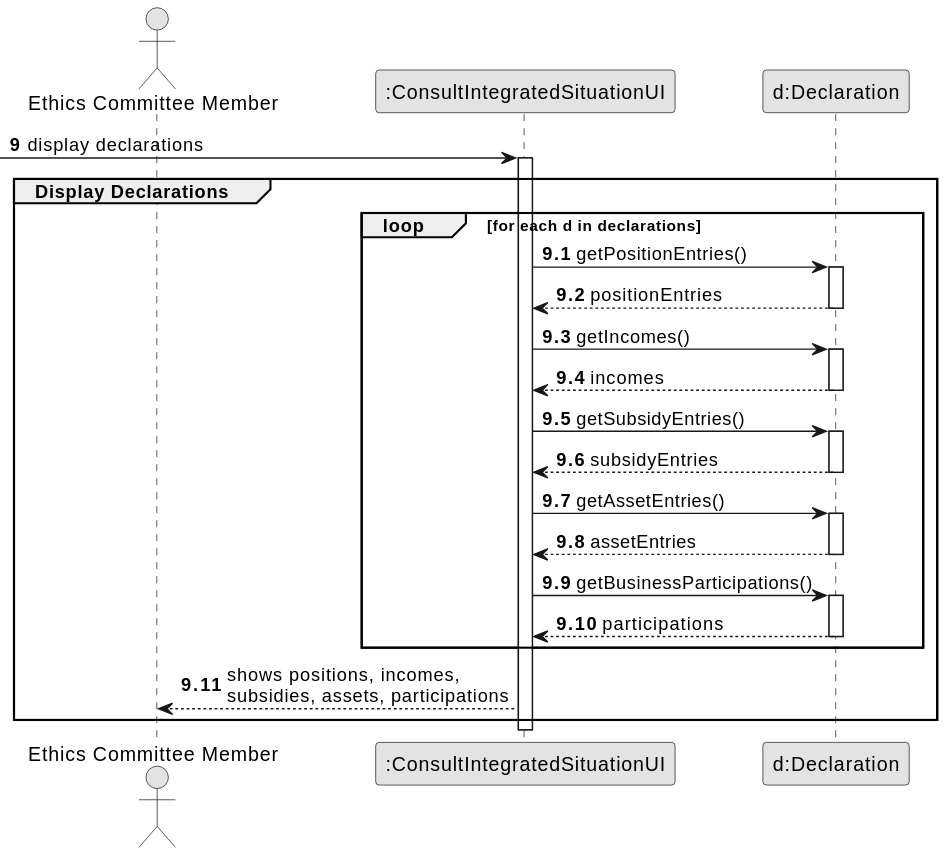
brunodspinto/crystal-clear-platform keeps this PlantUML diagram as docs/system-documentation/US09/03.design/svg/US09-SD-partial-aggregate-integrated-situation.svg. Above is the earlier version.
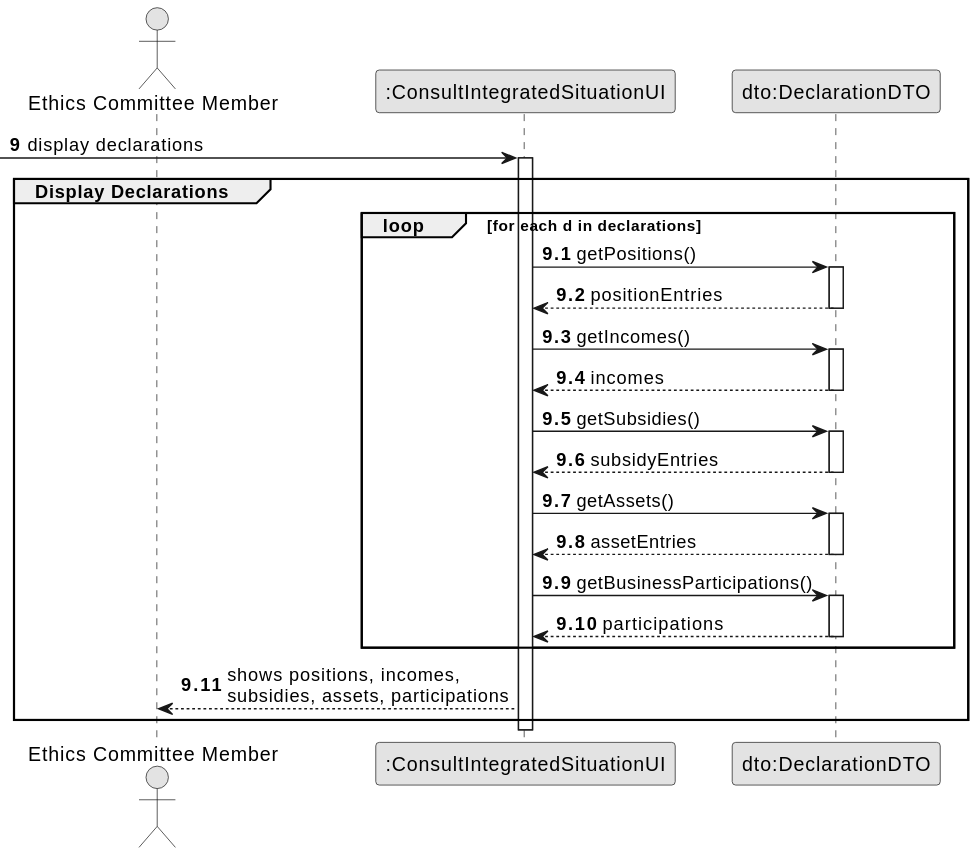
After the change.

The edit, as a diff of the source:
```diff
@@ -7,7 +7,7 @@
 
 actor "Ethics Committee Member" as ECM
 participant ":ConsultIntegratedSituationUI" as UI
-participant "d:Declaration" as DEC
+participant "dto:DeclarationDTO" as DEC
 
 autonumber 9
  -> UI : display declarations
@@ -16,7 +16,7 @@
     group Display Declarations
 
         loop for each d in declarations
-            UI -> DEC : getPositionEntries()
+            UI -> DEC : getPositions()
             activate DEC
                 DEC --> UI : positionEntries
             deactivate DEC
@@ -26,12 +26,12 @@
                 DEC --> UI : incomes
             deactivate DEC
 
-            UI -> DEC : getSubsidyEntries()
+            UI -> DEC : getSubsidies()
             activate DEC
                 DEC --> UI : subsidyEntries
             deactivate DEC
 
-            UI -> DEC : getAssetEntries()
+            UI -> DEC : getAssets()
             activate DEC
                 DEC --> UI : assetEntries
             deactivate DEC
```
